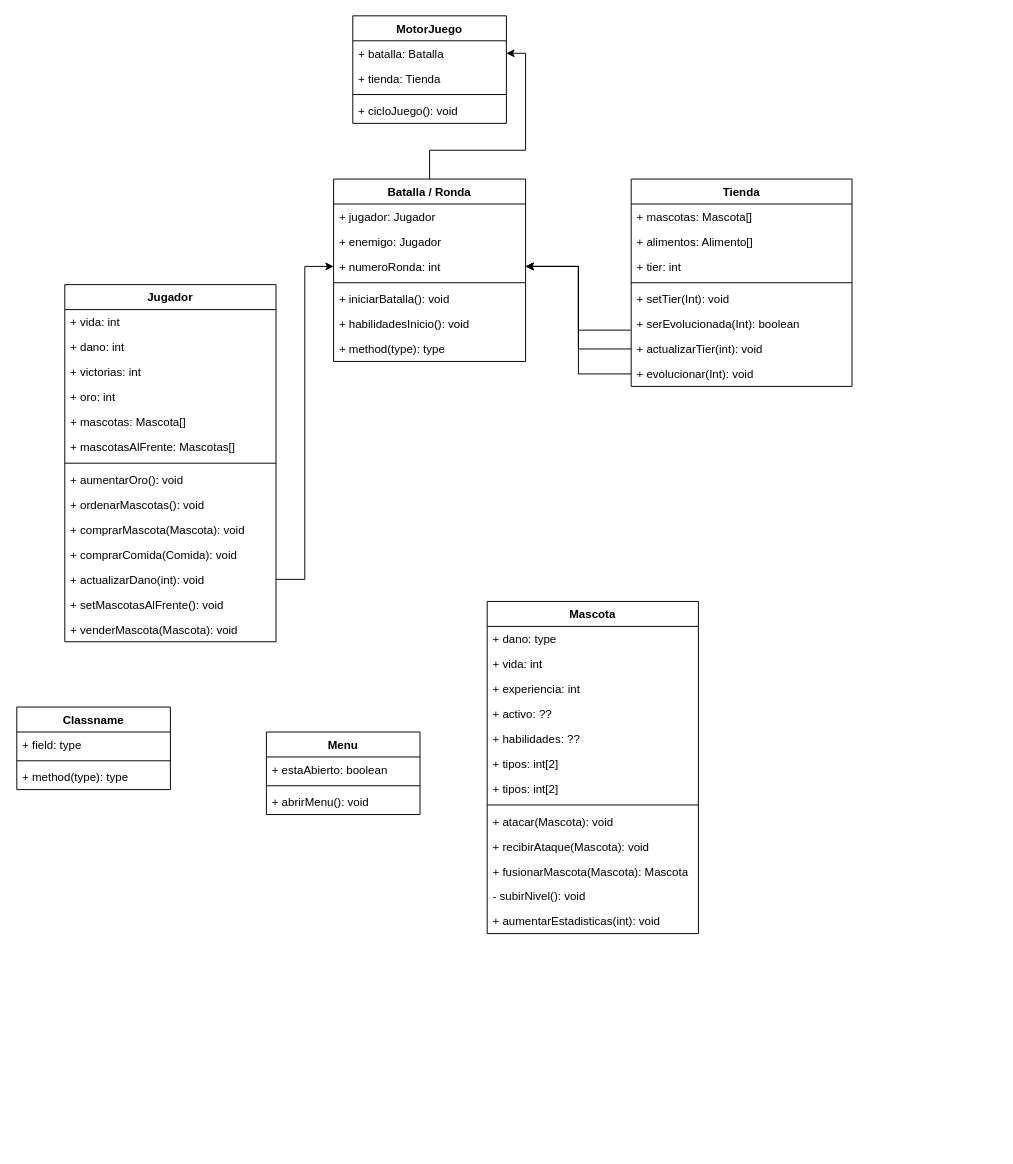
alejandro-vasquez-es/super-auto-pets keeps this draw.io diagram as Untitled Diagram.drawio. Above is the earlier version. Source tidied: cells renumbered, new cells numbered last; positions are measured from the earlier drawing's top-left corner, leaving out a move shared by most shapes. Both pictures are drawn from the tidied source at 96%, with x=0, y=0 at pixel (16, 15).
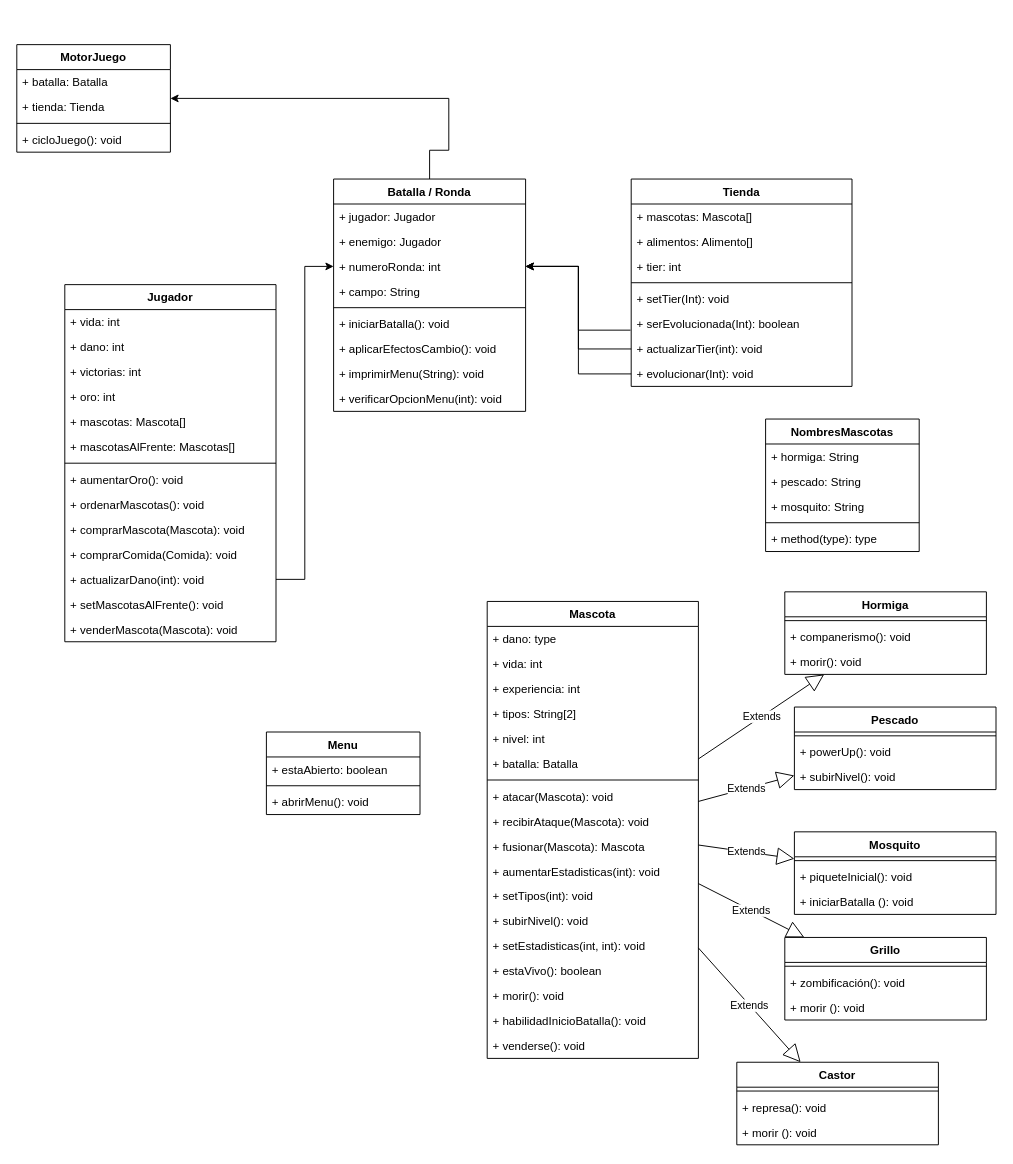
After the change.

The change refers to these unchanged cells:
```xml
<mxCell id="27" value="+ batalla: Batalla" style="text;strokeColor=none;fillColor=none;align=left;verticalAlign=top;spacingLeft=4;spacingRight=4;overflow=hidden;points=[[0,0.5],[1,0.5]];portConstraint=eastwest;" parent="26" vertex="1">
  <mxGeometry y="26" width="160" height="26" as="geometry" />
</mxCell>
```

The edit, as a diff of the source:
```diff
@@
-    <mxCell id="17" style="edgeStyle=orthogonalEdgeStyle;rounded=0;jettySize=auto;html=1;exitX=0.5;exitY=0;exitDx=0;exitDy=0;" parent="1" edge="1" source="18" target="27">
+    <mxCell id="17" style="edgeStyle=orthogonalEdgeStyle;rounded=0;jettySize=auto;html=1;exitX=0.5;exitY=0;exitDx=0;exitDy=0;" parent="1" edge="1" source="18" target="26">
       <mxGeometry relative="1" as="geometry">
         <Array as="points">
           <mxPoint x="430" y="140" />
-          <mxPoint x="530" y="140" />
-          <mxPoint x="530" y="39" />
+          <mxPoint x="450" y="140" />
         </Array>
       </mxGeometry>
     </mxCell>
     <mxCell id="18" value="Batalla / Ronda" style="swimlane;fontStyle=1;align=center;verticalAlign=top;horizontal=1;startSize=26;" parent="1" vertex="1">
-      <mxGeometry x="330" y="170" width="200" height="190" as="geometry" />
+      <mxGeometry x="330" y="170" width="200" height="242" as="geometry" />
     </mxCell>
@@
+    <mxCell id="66" value="+ campo: String" style="text;strokeColor=none;fillColor=none;align=left;verticalAlign=top;spacingLeft=4;spacingRight=4;overflow=hidden;" parent="18" vertex="1">
+      <mxGeometry y="104" width="200" height="26" as="geometry" />
+    </mxCell>
     <mxCell id="22" style="line;strokeWidth=1;fillColor=none;align=left;verticalAlign=middle;spacingTop=-1;spacingLeft=3;spacingRight=3;labelPosition=right;" parent="18" vertex="1">
-      <mxGeometry y="104" width="200" height="8" as="geometry" />
+      <mxGeometry y="130" width="200" height="8" as="geometry" />
     </mxCell>
     <mxCell id="23" value="+ iniciarBatalla(): void" style="text;strokeColor=none;fillColor=none;align=left;verticalAlign=top;spacingLeft=4;spacingRight=4;overflow=hidden;" parent="18" vertex="1">
-      <mxGeometry y="112" width="200" height="26" as="geometry" />
+      <mxGeometry y="138" width="200" height="26" as="geometry" />
     </mxCell>
-    <mxCell id="24" value="+ habilidadesInicio(): void" style="text;strokeColor=none;fillColor=none;align=left;verticalAlign=top;spacingLeft=4;spacingRight=4;overflow=hidden;" parent="18" vertex="1">
-      <mxGeometry y="138" width="200" height="26" as="geometry" />
-    </mxCell>
-    <mxCell id="25" value="+ method(type): type" style="text;strokeColor=none;fillColor=none;align=left;verticalAlign=top;spacingLeft=4;spacingRight=4;overflow=hidden;" parent="18" vertex="1">
+    <mxCell id="25" value="+ aplicarEfectosCambio(): void" style="text;strokeColor=none;fillColor=none;align=left;verticalAlign=top;spacingLeft=4;spacingRight=4;overflow=hidden;" parent="18" vertex="1">
       <mxGeometry y="164" width="200" height="26" as="geometry" />
     </mxCell>
+    <mxCell id="67" value="+ imprimirMenu(String): void" style="text;strokeColor=none;fillColor=none;align=left;verticalAlign=top;spacingLeft=4;spacingRight=4;overflow=hidden;" parent="18" vertex="1">
+      <mxGeometry y="190" width="200" height="26" as="geometry" />
+    </mxCell>
+    <mxCell id="68" value="+ verificarOpcionMenu(int): void" style="text;strokeColor=none;fillColor=none;align=left;verticalAlign=top;spacingLeft=4;spacingRight=4;overflow=hidden;" parent="18" vertex="1">
+      <mxGeometry y="216" width="200" height="26" as="geometry" />
+    </mxCell>
     <mxCell id="26" value="MotorJuego" style="swimlane;fontStyle=1;align=center;verticalAlign=top;horizontal=1;startSize=26;" parent="1" vertex="1">
-      <mxGeometry x="350" width="160" height="112" as="geometry" />
+      <mxGeometry y="30" width="160" height="112" as="geometry" />
     </mxCell>
@@
     <mxCell id="31" value="Mascota" style="swimlane;fontStyle=1;align=center;verticalAlign=top;horizontal=1;startSize=26;" parent="1" vertex="1">
-      <mxGeometry x="490" y="610" width="220" height="346" as="geometry" />
+      <mxGeometry x="490" y="610" width="220" height="476" as="geometry" />
     </mxCell>
@@
-    <mxCell id="35" value="+ activo: ??" style="text;strokeColor=none;fillColor=none;align=left;verticalAlign=top;spacingLeft=4;spacingRight=4;overflow=hidden;" parent="31" vertex="1">
-      <mxGeometry y="104" width="220" height="26" as="geometry" />
-    </mxCell>
-    <mxCell id="36" value="+ habilidades: ??" style="text;strokeColor=none;fillColor=none;align=left;verticalAlign=top;spacingLeft=4;spacingRight=4;overflow=hidden;" parent="31" vertex="1">
-      <mxGeometry y="130" width="220" height="26" as="geometry" />
-    </mxCell>
-    <mxCell id="37" value="+ tipos: int[2]" style="text;strokeColor=none;fillColor=none;align=left;verticalAlign=top;spacingLeft=4;spacingRight=4;overflow=hidden;" parent="31" vertex="1">
-      <mxGeometry y="156" width="220" height="26" as="geometry" />
+    <mxCell id="37" value="+ tipos: String[2]" style="text;strokeColor=none;fillColor=none;align=left;verticalAlign=top;spacingLeft=4;spacingRight=4;overflow=hidden;" parent="31" vertex="1">
+      <mxGeometry y="104" width="220" height="26" as="geometry" />
     </mxCell>
-    <mxCell id="38" value="+ tipos: int[2]" style="text;strokeColor=none;fillColor=none;align=left;verticalAlign=top;spacingLeft=4;spacingRight=4;overflow=hidden;" parent="31" vertex="1">
-      <mxGeometry y="182" width="220" height="26" as="geometry" />
-    </mxCell>
+    <mxCell id="69" value="+ nivel: int" style="text;strokeColor=none;fillColor=none;align=left;verticalAlign=top;spacingLeft=4;spacingRight=4;overflow=hidden;" parent="31" vertex="1">
+      <mxGeometry y="130" width="220" height="26" as="geometry" />
+    </mxCell>
+    <mxCell id="70" value="+ batalla: Batalla " style="text;strokeColor=none;fillColor=none;align=left;verticalAlign=top;spacingLeft=4;spacingRight=4;overflow=hidden;" parent="31" vertex="1">
+      <mxGeometry y="156" width="220" height="26" as="geometry" />
+    </mxCell>
     <mxCell id="39" style="line;strokeWidth=1;fillColor=none;align=left;verticalAlign=middle;spacingTop=-1;spacingLeft=3;spacingRight=3;labelPosition=right;" parent="31" vertex="1">
-      <mxGeometry y="208" width="220" height="8" as="geometry" />
+      <mxGeometry y="182" width="220" height="8" as="geometry" />
     </mxCell>
     <mxCell id="40" value="+ atacar(Mascota): void" style="text;strokeColor=none;fillColor=none;align=left;verticalAlign=top;spacingLeft=4;spacingRight=4;overflow=hidden;" parent="31" vertex="1">
-      <mxGeometry y="216" width="220" height="26" as="geometry" />
+      <mxGeometry y="190" width="220" height="26" as="geometry" />
     </mxCell>
     <mxCell id="41" value="+ recibirAtaque(Mascota): void" style="text;strokeColor=none;fillColor=none;align=left;verticalAlign=top;spacingLeft=4;spacingRight=4;overflow=hidden;" parent="31" vertex="1">
-      <mxGeometry y="242" width="220" height="26" as="geometry" />
+      <mxGeometry y="216" width="220" height="26" as="geometry" />
     </mxCell>
-    <mxCell id="42" value="+ fusionarMascota(Mascota): Mascota" style="text;strokeColor=none;fillColor=none;align=left;verticalAlign=top;spacingLeft=4;spacingRight=4;overflow=hidden;" parent="31" vertex="1">
-      <mxGeometry y="268" width="220" height="26" as="geometry" />
+    <mxCell id="42" value="+ fusionar(Mascota): Mascota" style="text;strokeColor=none;fillColor=none;align=left;verticalAlign=top;spacingLeft=4;spacingRight=4;overflow=hidden;" parent="31" vertex="1">
+      <mxGeometry y="242" width="220" height="26" as="geometry" />
     </mxCell>
-    <mxCell id="43" value="- subirNivel(): void" style="text;strokeColor=none;fillColor=none;align=left;verticalAlign=top;spacingLeft=4;spacingRight=4;overflow=hidden;" parent="31" vertex="1">
-      <mxGeometry y="294" width="220" height="26" as="geometry" />
-    </mxCell>
     <mxCell id="44" value="+ aumentarEstadisticas(int): void" style="text;strokeColor=none;fillColor=none;align=left;verticalAlign=top;spacingLeft=4;spacingRight=4;overflow=hidden;" parent="31" vertex="1">
-      <mxGeometry y="320" width="220" height="26" as="geometry" />
+      <mxGeometry y="268" width="220" height="26" as="geometry" />
     </mxCell>
+    <mxCell id="71" value="+ setTipos(int): void" style="text;strokeColor=none;fillColor=none;align=left;verticalAlign=top;spacingLeft=4;spacingRight=4;overflow=hidden;" parent="31" vertex="1">
+      <mxGeometry y="294" width="220" height="26" as="geometry" />
+    </mxCell>
+    <mxCell id="72" value="+ subirNivel(): void" style="text;strokeColor=none;fillColor=none;align=left;verticalAlign=top;spacingLeft=4;spacingRight=4;overflow=hidden;" parent="31" vertex="1">
+      <mxGeometry y="320" width="220" height="26" as="geometry" />
+    </mxCell>
+    <mxCell id="73" value="+ setEstadisticas(int, int): void" style="text;strokeColor=none;fillColor=none;align=left;verticalAlign=top;spacingLeft=4;spacingRight=4;overflow=hidden;" parent="31" vertex="1">
+      <mxGeometry y="346" width="220" height="26" as="geometry" />
+    </mxCell>
+    <mxCell id="74" value="+ estaVivo(): boolean" style="text;strokeColor=none;fillColor=none;align=left;verticalAlign=top;spacingLeft=4;spacingRight=4;overflow=hidden;" parent="31" vertex="1">
+      <mxGeometry y="372" width="220" height="26" as="geometry" />
+    </mxCell>
+    <mxCell id="75" value="+ morir(): void" style="text;strokeColor=none;fillColor=none;align=left;verticalAlign=top;spacingLeft=4;spacingRight=4;overflow=hidden;" parent="31" vertex="1">
+      <mxGeometry y="398" width="220" height="26" as="geometry" />
+    </mxCell>
+    <mxCell id="76" value="+ habilidadInicioBatalla(): void" style="text;strokeColor=none;fillColor=none;align=left;verticalAlign=top;spacingLeft=4;spacingRight=4;overflow=hidden;" parent="31" vertex="1">
+      <mxGeometry y="424" width="220" height="26" as="geometry" />
+    </mxCell>
+    <mxCell id="77" value="+ venderse(): void" style="text;strokeColor=none;fillColor=none;align=left;verticalAlign=top;spacingLeft=4;spacingRight=4;overflow=hidden;" parent="31" vertex="1">
+      <mxGeometry y="450" width="220" height="26" as="geometry" />
+    </mxCell>
@@
-    <mxCell id="62" value="Classname" style="swimlane;fontStyle=1;align=center;verticalAlign=top;horizontal=1;startSize=26;" parent="1" vertex="1">
-      <mxGeometry y="720" width="160" height="86" as="geometry" />
-    </mxCell>
-    <mxCell id="63" value="+ field: type" style="text;strokeColor=none;fillColor=none;align=left;verticalAlign=top;spacingLeft=4;spacingRight=4;overflow=hidden;" parent="62" vertex="1">
-      <mxGeometry y="26" width="160" height="26" as="geometry" />
-    </mxCell>
-    <mxCell id="64" style="line;strokeWidth=1;fillColor=none;align=left;verticalAlign=middle;spacingTop=-1;spacingLeft=3;spacingRight=3;labelPosition=right;" parent="62" vertex="1">
-      <mxGeometry y="52" width="160" height="8" as="geometry" />
-    </mxCell>
+    <mxCell id="78" value="Hormiga" style="swimlane;fontStyle=1;align=center;verticalAlign=top;horizontal=1;startSize=26;" parent="1" vertex="1">
+      <mxGeometry x="800" y="600" width="210" height="86" as="geometry" />
+    </mxCell>
+    <mxCell id="79" style="line;strokeWidth=1;fillColor=none;align=left;verticalAlign=middle;spacingTop=-1;spacingLeft=3;spacingRight=3;labelPosition=right;" parent="78" vertex="1">
+      <mxGeometry y="26" width="210" height="8" as="geometry" />
+    </mxCell>
+    <mxCell id="80" value="+ companerismo(): void" style="text;strokeColor=none;fillColor=none;align=left;verticalAlign=top;spacingLeft=4;spacingRight=4;overflow=hidden;" parent="78" vertex="1">
+      <mxGeometry y="34" width="210" height="26" as="geometry" />
+    </mxCell>
+    <mxCell id="81" value="+ morir(): void" style="text;strokeColor=none;fillColor=none;align=left;verticalAlign=top;spacingLeft=4;spacingRight=4;overflow=hidden;" parent="78" vertex="1">
+      <mxGeometry y="60" width="210" height="26" as="geometry" />
+    </mxCell>
+    <mxCell id="82" value="Extends" style="endArrow=block;endSize=16;endFill=0;html=1;rounded=0;" parent="1" edge="1" source="31" target="78">
+      <mxGeometry relative="1" as="geometry" />
+    </mxCell>
+    <mxCell id="83" value="NombresMascotas" style="swimlane;fontStyle=1;align=center;verticalAlign=top;horizontal=1;startSize=26;" parent="1" vertex="1">
+      <mxGeometry x="780" y="420" width="160" height="138" as="geometry" />
+    </mxCell>
+    <mxCell id="84" value="+ hormiga: String" style="text;strokeColor=none;fillColor=none;align=left;verticalAlign=top;spacingLeft=4;spacingRight=4;overflow=hidden;" parent="83" vertex="1">
+      <mxGeometry y="26" width="160" height="26" as="geometry" />
+    </mxCell>
+    <mxCell id="85" value="+ pescado: String" style="text;strokeColor=none;fillColor=none;align=left;verticalAlign=top;spacingLeft=4;spacingRight=4;overflow=hidden;" parent="83" vertex="1">
+      <mxGeometry y="52" width="160" height="26" as="geometry" />
+    </mxCell>
+    <mxCell id="86" value="+ mosquito: String" style="text;strokeColor=none;fillColor=none;align=left;verticalAlign=top;spacingLeft=4;spacingRight=4;overflow=hidden;" parent="83" vertex="1">
+      <mxGeometry y="78" width="160" height="26" as="geometry" />
+    </mxCell>
+    <mxCell id="87" style="line;strokeWidth=1;fillColor=none;align=left;verticalAlign=middle;spacingTop=-1;spacingLeft=3;spacingRight=3;labelPosition=right;" parent="83" vertex="1">
+      <mxGeometry y="104" width="160" height="8" as="geometry" />
+    </mxCell>
-    <mxCell id="65" value="+ method(type): type" style="text;strokeColor=none;fillColor=none;align=left;verticalAlign=top;spacingLeft=4;spacingRight=4;overflow=hidden;" parent="62" vertex="1">
-      <mxGeometry y="60" width="160" height="26" as="geometry" />
+    <mxCell id="65" value="+ method(type): type" style="text;strokeColor=none;fillColor=none;align=left;verticalAlign=top;spacingLeft=4;spacingRight=4;overflow=hidden;" parent="83" vertex="1">
+      <mxGeometry y="112" width="160" height="26" as="geometry" />
     </mxCell>
+    <mxCell id="88" value="Pescado" style="swimlane;fontStyle=1;align=center;verticalAlign=top;horizontal=1;startSize=26;" parent="1" vertex="1">
+      <mxGeometry x="810" y="720" width="210" height="86" as="geometry" />
+    </mxCell>
+    <mxCell id="89" style="line;strokeWidth=1;fillColor=none;align=left;verticalAlign=middle;spacingTop=-1;spacingLeft=3;spacingRight=3;labelPosition=right;" parent="88" vertex="1">
+      <mxGeometry y="26" width="210" height="8" as="geometry" />
+    </mxCell>
+    <mxCell id="90" value="+ powerUp(): void" style="text;strokeColor=none;fillColor=none;align=left;verticalAlign=top;spacingLeft=4;spacingRight=4;overflow=hidden;" parent="88" vertex="1">
+      <mxGeometry y="34" width="210" height="26" as="geometry" />
+    </mxCell>
+    <mxCell id="91" value="+ subirNivel(): void" style="text;strokeColor=none;fillColor=none;align=left;verticalAlign=top;spacingLeft=4;spacingRight=4;overflow=hidden;" parent="88" vertex="1">
+      <mxGeometry y="60" width="210" height="26" as="geometry" />
+    </mxCell>
+    <mxCell id="92" value="Extends" style="endArrow=block;endSize=16;endFill=0;html=1;rounded=0;" parent="1" edge="1" source="31" target="88">
+      <mxGeometry relative="1" as="geometry" />
+    </mxCell>
+    <mxCell id="93" value="Mosquito" style="swimlane;fontStyle=1;align=center;verticalAlign=top;horizontal=1;startSize=26;" parent="1" vertex="1">
+      <mxGeometry x="810" y="850" width="210" height="86" as="geometry" />
+    </mxCell>
+    <mxCell id="94" style="line;strokeWidth=1;fillColor=none;align=left;verticalAlign=middle;spacingTop=-1;spacingLeft=3;spacingRight=3;labelPosition=right;" parent="93" vertex="1">
+      <mxGeometry y="26" width="210" height="8" as="geometry" />
+    </mxCell>
+    <mxCell id="95" value="+ piqueteInicial(): void" style="text;strokeColor=none;fillColor=none;align=left;verticalAlign=top;spacingLeft=4;spacingRight=4;overflow=hidden;" parent="93" vertex="1">
+      <mxGeometry y="34" width="210" height="26" as="geometry" />
+    </mxCell>
+    <mxCell id="96" value="+ iniciarBatalla (): void" style="text;strokeColor=none;fillColor=none;align=left;verticalAlign=top;spacingLeft=4;spacingRight=4;overflow=hidden;" parent="93" vertex="1">
+      <mxGeometry y="60" width="210" height="26" as="geometry" />
+    </mxCell>
+    <mxCell id="97" value="Extends" style="endArrow=block;endSize=16;endFill=0;html=1;rounded=0;" parent="1" edge="1" source="31" target="93">
+      <mxGeometry relative="1" as="geometry" />
+    </mxCell>
+    <mxCell id="98" value="Extends" style="endArrow=block;endSize=16;endFill=0;html=1;rounded=0;" parent="1" edge="1" source="31" target="99">
+      <mxGeometry relative="1" as="geometry" />
+    </mxCell>
+    <mxCell id="99" value="Grillo" style="swimlane;fontStyle=1;align=center;verticalAlign=top;horizontal=1;startSize=26;" parent="1" vertex="1">
+      <mxGeometry x="800" y="960" width="210" height="86" as="geometry" />
+    </mxCell>
+    <mxCell id="100" style="line;strokeWidth=1;fillColor=none;align=left;verticalAlign=middle;spacingTop=-1;spacingLeft=3;spacingRight=3;labelPosition=right;" parent="99" vertex="1">
+      <mxGeometry y="26" width="210" height="8" as="geometry" />
+    </mxCell>
+    <mxCell id="101" value="+ zombificación(): void" style="text;strokeColor=none;fillColor=none;align=left;verticalAlign=top;spacingLeft=4;spacingRight=4;overflow=hidden;" parent="99" vertex="1">
+      <mxGeometry y="34" width="210" height="26" as="geometry" />
+    </mxCell>
+    <mxCell id="102" value="+ morir (): void" style="text;strokeColor=none;fillColor=none;align=left;verticalAlign=top;spacingLeft=4;spacingRight=4;overflow=hidden;" parent="99" vertex="1">
+      <mxGeometry y="60" width="210" height="26" as="geometry" />
+    </mxCell>
+    <mxCell id="103" value="Castor" style="swimlane;fontStyle=1;align=center;verticalAlign=top;horizontal=1;startSize=26;" parent="1" vertex="1">
+      <mxGeometry x="750" y="1090" width="210" height="86" as="geometry" />
+    </mxCell>
+    <mxCell id="104" style="line;strokeWidth=1;fillColor=none;align=left;verticalAlign=middle;spacingTop=-1;spacingLeft=3;spacingRight=3;labelPosition=right;" parent="103" vertex="1">
+      <mxGeometry y="26" width="210" height="8" as="geometry" />
+    </mxCell>
+    <mxCell id="105" value="+ represa(): void" style="text;strokeColor=none;fillColor=none;align=left;verticalAlign=top;spacingLeft=4;spacingRight=4;overflow=hidden;" parent="103" vertex="1">
+      <mxGeometry y="34" width="210" height="26" as="geometry" />
+    </mxCell>
+    <mxCell id="106" value="+ morir (): void" style="text;strokeColor=none;fillColor=none;align=left;verticalAlign=top;spacingLeft=4;spacingRight=4;overflow=hidden;" parent="103" vertex="1">
+      <mxGeometry y="60" width="210" height="26" as="geometry" />
+    </mxCell>
+    <mxCell id="107" value="Extends" style="endArrow=block;endSize=16;endFill=0;html=1;rounded=0;" parent="1" edge="1" source="31" target="103">
+      <mxGeometry relative="1" as="geometry" />
+    </mxCell>
```
